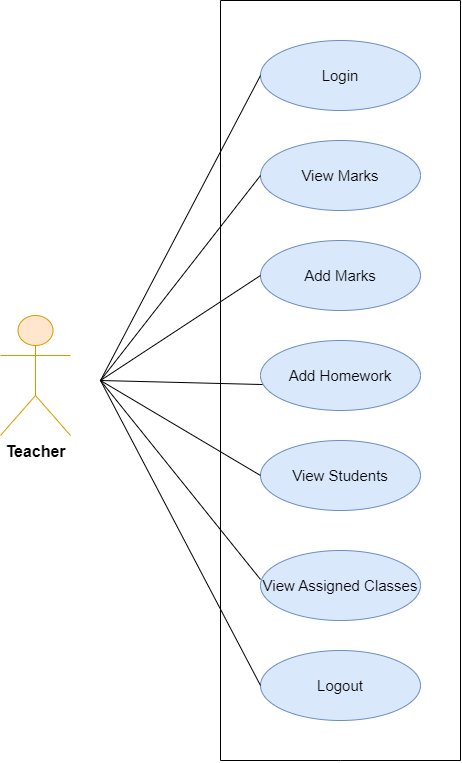
Above: Teacher Module Diagram.png in ashwinid2013/EduConnect (draw.io), before the change. Source tidied: cells renumbered, new cells last; positions are measured from the earlier drawing's top-left corner, leaving out a move shared by most shapes. The source it was exported from:
```xml
<mxGraphModel background="#ffffff">
  <root>
    <mxCell id="0" />
    <mxCell id="1" parent="0" />
    <mxCell id="2" value="&lt;font style=&quot;&quot; size=&quot;1&quot;&gt;&lt;b style=&quot;font-size: 16px;&quot;&gt;Teacher&lt;/b&gt;&lt;/font&gt;" style="shape=umlActor;verticalLabelPosition=bottom;verticalAlign=top;html=1;labelBackgroundColor=default;fillColor=#ffe6cc;strokeColor=#d79b00;" parent="1" vertex="1">
      <mxGeometry y="315" width="70" height="120" as="geometry" />
    </mxCell>
    <mxCell id="3" value="View Marks" style="ellipse;whiteSpace=wrap;html=1;fontSize=15;labelBackgroundColor=none;fillColor=#dae8fc;strokeColor=#6c8ebf;" parent="1" vertex="1">
      <mxGeometry x="260" y="140" width="160" height="70" as="geometry" />
    </mxCell>
    <mxCell id="4" value="Add Marks" style="ellipse;whiteSpace=wrap;html=1;fontSize=15;fontFamily=Helvetica;fillColor=#dae8fc;strokeColor=#6c8ebf;" parent="1" vertex="1">
      <mxGeometry x="260" y="240" width="160" height="70" as="geometry" />
    </mxCell>
    <mxCell id="5" value="Add Homework" style="ellipse;whiteSpace=wrap;html=1;fontSize=15;fillColor=#dae8fc;strokeColor=#6c8ebf;" parent="1" vertex="1">
      <mxGeometry x="260" y="340" width="160" height="70" as="geometry" />
    </mxCell>
    <mxCell id="6" style="endArrow=none;html=1;rounded=0;" parent="1" edge="1">
      <mxGeometry relative="1" as="geometry">
        <mxPoint x="460" y="760" as="sourcePoint" />
        <mxPoint x="460" as="targetPoint" />
      </mxGeometry>
    </mxCell>
    <mxCell id="7" style="endArrow=none;html=1;rounded=0;" parent="1" edge="1">
      <mxGeometry relative="1" as="geometry">
        <mxPoint x="220" as="sourcePoint" />
        <mxPoint x="460" as="targetPoint" />
      </mxGeometry>
    </mxCell>
    <mxCell id="8" style="endArrow=none;html=1;rounded=0;" parent="1" edge="1">
      <mxGeometry relative="1" as="geometry">
        <mxPoint x="220" y="760" as="sourcePoint" />
        <mxPoint x="220" as="targetPoint" />
      </mxGeometry>
    </mxCell>
    <mxCell id="9" value="View Students" style="ellipse;whiteSpace=wrap;html=1;fontSize=15;fillColor=#dae8fc;strokeColor=#6c8ebf;" parent="1" vertex="1">
      <mxGeometry x="260" y="440" width="160" height="70" as="geometry" />
    </mxCell>
    <mxCell id="10" value="&lt;font style=&quot;font-size: 15px;&quot;&gt;Login&lt;/font&gt;" style="ellipse;whiteSpace=wrap;html=1;fontSize=15;labelBackgroundColor=none;fillColor=#dae8fc;strokeColor=#6c8ebf;" parent="1" vertex="1">
      <mxGeometry x="260" y="40" width="160" height="70" as="geometry" />
    </mxCell>
    <mxCell id="11" value="View Assigned Classes" style="ellipse;whiteSpace=wrap;html=1;fontSize=15;fillColor=#dae8fc;strokeColor=#6c8ebf;" parent="1" vertex="1">
      <mxGeometry x="260" y="550" width="160" height="70" as="geometry" />
    </mxCell>
    <mxCell id="12" value="Logout" style="ellipse;whiteSpace=wrap;html=1;fontSize=15;fillColor=#dae8fc;strokeColor=#6c8ebf;" parent="1" vertex="1">
      <mxGeometry x="260" y="650" width="160" height="70" as="geometry" />
    </mxCell>
    <mxCell id="13" style="endArrow=none;html=1;rounded=0;" parent="1" edge="1">
      <mxGeometry relative="1" as="geometry">
        <mxPoint x="220" y="760" as="sourcePoint" />
        <mxPoint x="460" y="760" as="targetPoint" />
        <Array as="points">
          <mxPoint x="340" y="760" />
        </Array>
      </mxGeometry>
    </mxCell>
    <mxCell id="14" style="endArrow=none;html=1;rounded=0;fontSize=12;startSize=8;endSize=8;curved=1;entryX=0;entryY=0.5;entryDx=0;entryDy=0;" parent="1" edge="1" target="10">
      <mxGeometry relative="1" as="geometry">
        <mxPoint x="100" y="380" as="sourcePoint" />
      </mxGeometry>
    </mxCell>
    <mxCell id="15" style="endArrow=none;html=1;rounded=0;fontSize=12;startSize=8;endSize=8;curved=1;entryX=0;entryY=0.5;entryDx=0;entryDy=0;" parent="1" edge="1" target="12">
      <mxGeometry relative="1" as="geometry">
        <mxPoint x="100" y="380" as="sourcePoint" />
      </mxGeometry>
    </mxCell>
    <mxCell id="16" style="endArrow=none;html=1;rounded=0;fontSize=12;startSize=8;endSize=8;curved=1;entryX=0;entryY=0.5;entryDx=0;entryDy=0;" parent="1" edge="1" target="3">
      <mxGeometry relative="1" as="geometry">
        <mxPoint x="100" y="380" as="sourcePoint" />
      </mxGeometry>
    </mxCell>
    <mxCell id="17" style="endArrow=none;html=1;rounded=0;fontSize=12;startSize=8;endSize=8;curved=1;entryX=0;entryY=0.5;entryDx=0;entryDy=0;" parent="1" edge="1" target="4">
      <mxGeometry relative="1" as="geometry">
        <mxPoint x="100" y="380" as="sourcePoint" />
      </mxGeometry>
    </mxCell>
    <mxCell id="18" style="endArrow=none;html=1;rounded=0;fontSize=12;startSize=8;endSize=8;curved=1;entryX=0.013;entryY=0.629;entryDx=0;entryDy=0;entryPerimeter=0;" parent="1" edge="1" target="5">
      <mxGeometry relative="1" as="geometry">
        <mxPoint x="100" y="380" as="sourcePoint" />
      </mxGeometry>
    </mxCell>
    <mxCell id="19" style="endArrow=none;html=1;rounded=0;fontSize=12;startSize=8;endSize=8;curved=1;entryX=0;entryY=0.5;entryDx=0;entryDy=0;" parent="1" edge="1" target="9">
      <mxGeometry relative="1" as="geometry">
        <mxPoint x="100" y="380" as="sourcePoint" />
      </mxGeometry>
    </mxCell>
    <mxCell id="20" style="endArrow=none;html=1;rounded=0;fontSize=12;startSize=8;endSize=8;curved=1;entryX=0;entryY=0.414;entryDx=0;entryDy=0;entryPerimeter=0;" parent="1" edge="1" target="11">
      <mxGeometry relative="1" as="geometry">
        <mxPoint x="100" y="380" as="sourcePoint" />
      </mxGeometry>
    </mxCell>
  </root>
</mxGraphModel>
```
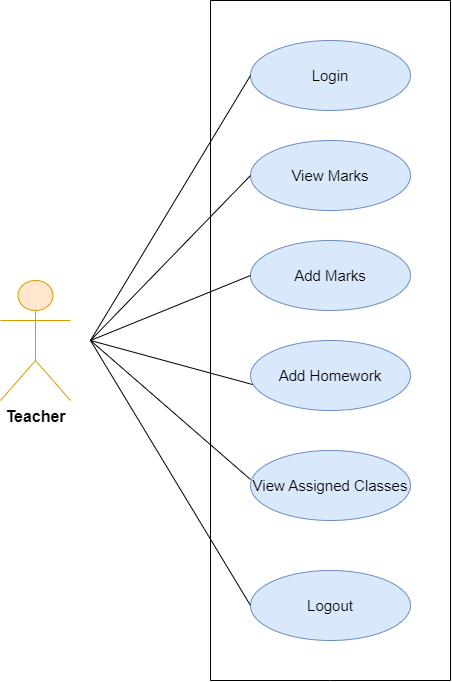
The same diagram one commit later.

Commit message:
Teacher module usecase diagram updated

Diff of the diagram source:
```diff
@@ -3,7 +3,7 @@
     <mxCell id="0" />
     <mxCell id="1" parent="0" />
     <mxCell id="2" value="&lt;font style=&quot;&quot; size=&quot;1&quot;&gt;&lt;b style=&quot;font-size: 16px;&quot;&gt;Teacher&lt;/b&gt;&lt;/font&gt;" style="shape=umlActor;verticalLabelPosition=bottom;verticalAlign=top;html=1;labelBackgroundColor=default;fillColor=#ffe6cc;strokeColor=#d79b00;" parent="1" vertex="1">
-      <mxGeometry y="315" width="70" height="120" as="geometry" />
+      <mxGeometry x="10" y="280" width="70" height="120" as="geometry" />
     </mxCell>
     <mxCell id="3" value="View Marks" style="ellipse;whiteSpace=wrap;html=1;fontSize=15;labelBackgroundColor=none;fillColor=#dae8fc;strokeColor=#6c8ebf;" parent="1" vertex="1">
       <mxGeometry x="260" y="140" width="160" height="70" as="geometry" />
@@ -16,7 +16,7 @@
     </mxCell>
     <mxCell id="6" style="endArrow=none;html=1;rounded=0;" parent="1" edge="1">
       <mxGeometry relative="1" as="geometry">
-        <mxPoint x="460" y="760" as="sourcePoint" />
+        <mxPoint x="460" y="680" as="sourcePoint" />
         <mxPoint x="460" as="targetPoint" />
       </mxGeometry>
     </mxCell>
@@ -28,64 +28,56 @@
     </mxCell>
     <mxCell id="8" style="endArrow=none;html=1;rounded=0;" parent="1" edge="1">
       <mxGeometry relative="1" as="geometry">
-        <mxPoint x="220" y="760" as="sourcePoint" />
+        <mxPoint x="220" y="680" as="sourcePoint" />
         <mxPoint x="220" as="targetPoint" />
       </mxGeometry>
     </mxCell>
-    <mxCell id="9" value="View Students" style="ellipse;whiteSpace=wrap;html=1;fontSize=15;fillColor=#dae8fc;strokeColor=#6c8ebf;" parent="1" vertex="1">
-      <mxGeometry x="260" y="440" width="160" height="70" as="geometry" />
-    </mxCell>
     <mxCell id="10" value="&lt;font style=&quot;font-size: 15px;&quot;&gt;Login&lt;/font&gt;" style="ellipse;whiteSpace=wrap;html=1;fontSize=15;labelBackgroundColor=none;fillColor=#dae8fc;strokeColor=#6c8ebf;" parent="1" vertex="1">
       <mxGeometry x="260" y="40" width="160" height="70" as="geometry" />
     </mxCell>
     <mxCell id="11" value="View Assigned Classes" style="ellipse;whiteSpace=wrap;html=1;fontSize=15;fillColor=#dae8fc;strokeColor=#6c8ebf;" parent="1" vertex="1">
-      <mxGeometry x="260" y="550" width="160" height="70" as="geometry" />
+      <mxGeometry x="260" y="450" width="160" height="70" as="geometry" />
     </mxCell>
     <mxCell id="12" value="Logout" style="ellipse;whiteSpace=wrap;html=1;fontSize=15;fillColor=#dae8fc;strokeColor=#6c8ebf;" parent="1" vertex="1">
-      <mxGeometry x="260" y="650" width="160" height="70" as="geometry" />
+      <mxGeometry x="260" y="570" width="160" height="70" as="geometry" />
     </mxCell>
     <mxCell id="13" style="endArrow=none;html=1;rounded=0;" parent="1" edge="1">
       <mxGeometry relative="1" as="geometry">
-        <mxPoint x="220" y="760" as="sourcePoint" />
-        <mxPoint x="460" y="760" as="targetPoint" />
+        <mxPoint x="220" y="680" as="sourcePoint" />
+        <mxPoint x="460" y="680" as="targetPoint" />
         <Array as="points">
-          <mxPoint x="340" y="760" />
+          <mxPoint x="340" y="680" />
         </Array>
       </mxGeometry>
     </mxCell>
     <mxCell id="14" style="endArrow=none;html=1;rounded=0;fontSize=12;startSize=8;endSize=8;curved=1;entryX=0;entryY=0.5;entryDx=0;entryDy=0;" parent="1" edge="1" target="10">
       <mxGeometry relative="1" as="geometry">
-        <mxPoint x="100" y="380" as="sourcePoint" />
+        <mxPoint x="100" y="340" as="sourcePoint" />
       </mxGeometry>
     </mxCell>
     <mxCell id="15" style="endArrow=none;html=1;rounded=0;fontSize=12;startSize=8;endSize=8;curved=1;entryX=0;entryY=0.5;entryDx=0;entryDy=0;" parent="1" edge="1" target="12">
       <mxGeometry relative="1" as="geometry">
-        <mxPoint x="100" y="380" as="sourcePoint" />
+        <mxPoint x="100" y="340" as="sourcePoint" />
       </mxGeometry>
     </mxCell>
     <mxCell id="16" style="endArrow=none;html=1;rounded=0;fontSize=12;startSize=8;endSize=8;curved=1;entryX=0;entryY=0.5;entryDx=0;entryDy=0;" parent="1" edge="1" target="3">
       <mxGeometry relative="1" as="geometry">
-        <mxPoint x="100" y="380" as="sourcePoint" />
+        <mxPoint x="100" y="340" as="sourcePoint" />
       </mxGeometry>
     </mxCell>
     <mxCell id="17" style="endArrow=none;html=1;rounded=0;fontSize=12;startSize=8;endSize=8;curved=1;entryX=0;entryY=0.5;entryDx=0;entryDy=0;" parent="1" edge="1" target="4">
       <mxGeometry relative="1" as="geometry">
-        <mxPoint x="100" y="380" as="sourcePoint" />
+        <mxPoint x="100" y="340" as="sourcePoint" />
       </mxGeometry>
     </mxCell>
     <mxCell id="18" style="endArrow=none;html=1;rounded=0;fontSize=12;startSize=8;endSize=8;curved=1;entryX=0.013;entryY=0.629;entryDx=0;entryDy=0;entryPerimeter=0;" parent="1" edge="1" target="5">
       <mxGeometry relative="1" as="geometry">
-        <mxPoint x="100" y="380" as="sourcePoint" />
+        <mxPoint x="100" y="340" as="sourcePoint" />
       </mxGeometry>
     </mxCell>
-    <mxCell id="19" style="endArrow=none;html=1;rounded=0;fontSize=12;startSize=8;endSize=8;curved=1;entryX=0;entryY=0.5;entryDx=0;entryDy=0;" parent="1" edge="1" target="9">
-      <mxGeometry relative="1" as="geometry">
-        <mxPoint x="100" y="380" as="sourcePoint" />
-      </mxGeometry>
-    </mxCell>
     <mxCell id="20" style="endArrow=none;html=1;rounded=0;fontSize=12;startSize=8;endSize=8;curved=1;entryX=0;entryY=0.414;entryDx=0;entryDy=0;entryPerimeter=0;" parent="1" edge="1" target="11">
       <mxGeometry relative="1" as="geometry">
-        <mxPoint x="100" y="380" as="sourcePoint" />
+        <mxPoint x="100" y="340" as="sourcePoint" />
       </mxGeometry>
     </mxCell>
   </root>
```
